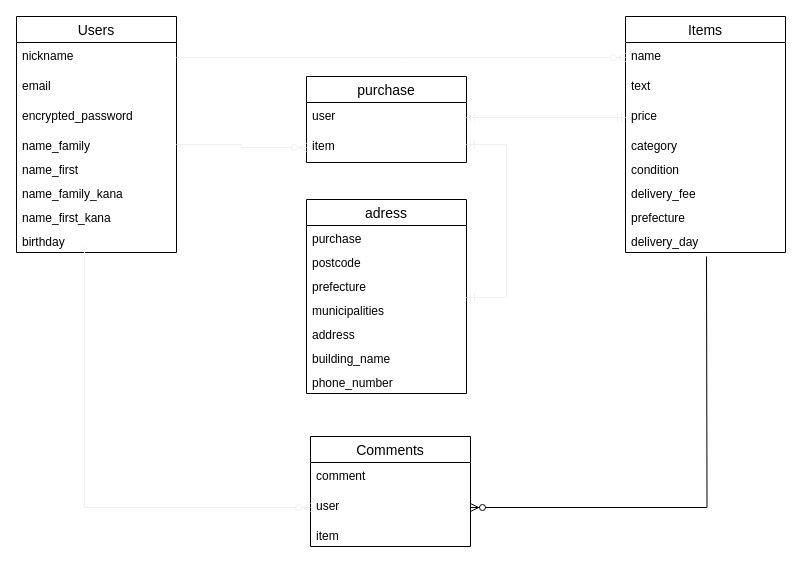
The draw.io diagram ER.dio in busimaru/furima-35906, before the edit. Source tidied: cells renumbered, new cells numbered last; positions are measured from the earlier drawing's top-left corner, leaving out a move shared by most shapes. Both pictures are drawn from the tidied source at 100%, with x=0, y=0 at pixel (16, 16).
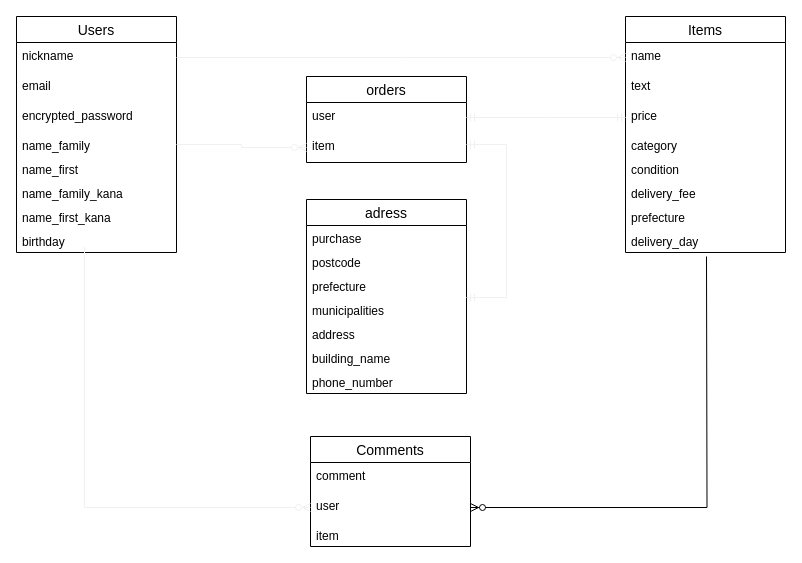
The same page after the edit.

Diff of the diagram source:
```diff
@@
-    <mxCell id="25" value="&#10;purchase&#10;" style="swimlane;fontStyle=0;horizontal=1;startSize=26;align=center;fontSize=14;" parent="1" vertex="1">
+    <mxCell id="25" value="orders" style="swimlane;fontStyle=0;horizontal=1;startSize=26;align=center;fontSize=14;" parent="1" vertex="1">
       <mxGeometry x="290" y="60" width="160" height="86" as="geometry" />
     </mxCell>
```
